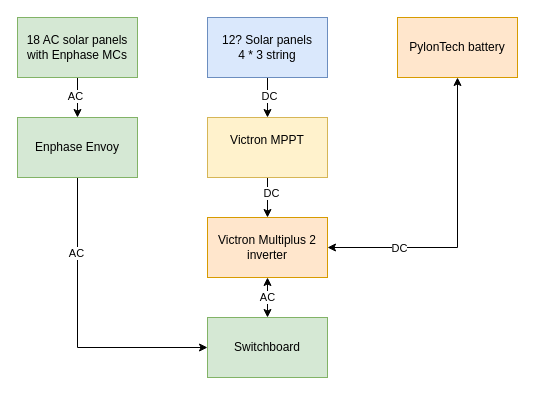
Above: off-grid-setup.drawio in joriswijlens/home (draw.io), before the change. Source tidied: cells renumbered, new cells numbered last; positions are measured from the earlier drawing's top-left corner, leaving out a move shared by most shapes. Both pictures are drawn from the tidied source at 100%, with x=0, y=0 at pixel (17, 17).
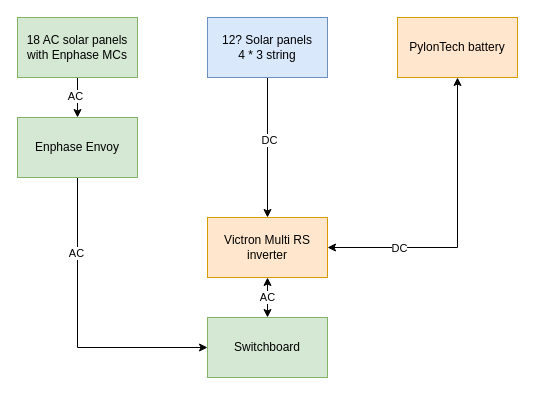
The same page after the edit.

Unchanged cells that the change refers to:
```xml
<mxCell id="12" value="12? Solar panels&lt;div&gt;4 * 3 string&lt;/div&gt;" style="rounded=0;whiteSpace=wrap;html=1;fillColor=#dae8fc;strokeColor=#6c8ebf;" parent="1" vertex="1">
  <mxGeometry x="190" width="120" height="60" as="geometry" />
</mxCell>
```

The edit, as a diff of the source:
```diff
@@
-    <mxCell id="10" style="edgeStyle=orthogonalEdgeStyle;rounded=0;jettySize=auto;html=1;" parent="1" edge="1" source="12" target="15">
+    <mxCell id="10" style="edgeStyle=orthogonalEdgeStyle;rounded=0;jettySize=auto;html=1;entryX=0.5;entryY=0;entryDx=0;entryDy=0;" parent="1" edge="1" source="12" target="20">
       <mxGeometry relative="1" as="geometry" />
     </mxCell>
@@
-    <mxCell id="13" style="edgeStyle=orthogonalEdgeStyle;rounded=0;jettySize=auto;html=1;entryX=0.5;entryY=0;entryDx=0;entryDy=0;" parent="1" edge="1" source="15" target="20">
-      <mxGeometry relative="1" as="geometry" />
-    </mxCell>
-    <mxCell id="14" value="DC" style="edgeLabel;html=1;align=center;verticalAlign=middle;" parent="13" vertex="1">
-      <mxGeometry x="-0.26" y="3" relative="1" as="geometry" />
-    </mxCell>
-    <mxCell id="15" value="Victron MPPT&lt;div&gt;&lt;br&gt;&lt;/div&gt;" style="rounded=0;whiteSpace=wrap;html=1;fillColor=#fff2cc;strokeColor=#d6b656;" parent="1" vertex="1">
-      <mxGeometry x="190" y="100" width="120" height="60" as="geometry" />
-    </mxCell>
@@
-    <mxCell id="20" value="Victron Multiplus 2 inverter" style="rounded=0;whiteSpace=wrap;html=1;fillColor=#ffe6cc;strokeColor=#d79b00;" parent="1" vertex="1">
+    <mxCell id="20" value="Victron Multi RS inverter" style="rounded=0;whiteSpace=wrap;html=1;fillColor=#ffe6cc;strokeColor=#d79b00;" parent="1" vertex="1">
       <mxGeometry x="190" y="200" width="120" height="60" as="geometry" />
     </mxCell>
```
